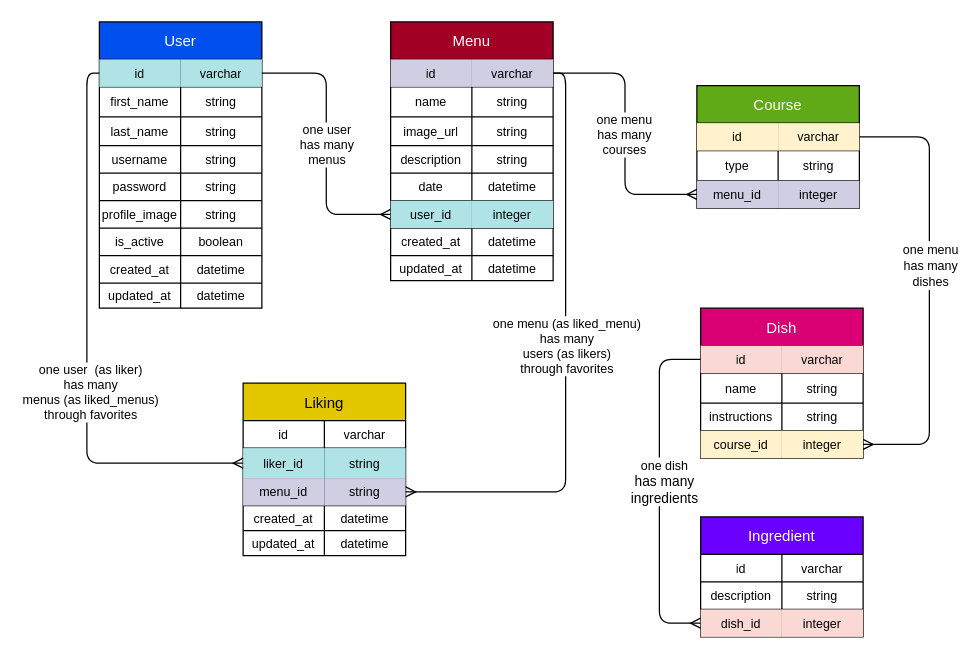
Earlier version of the draw.io diagram associations.drawio (jefftmarks/phase-3-project). Source tidied: cells renumbered, new cells numbered last; positions are measured from the earlier drawing's top-left corner, leaving out a move shared by most shapes. Both pictures are drawn from the tidied source at 125%, with x=0, y=0 at pixel (99, 21).
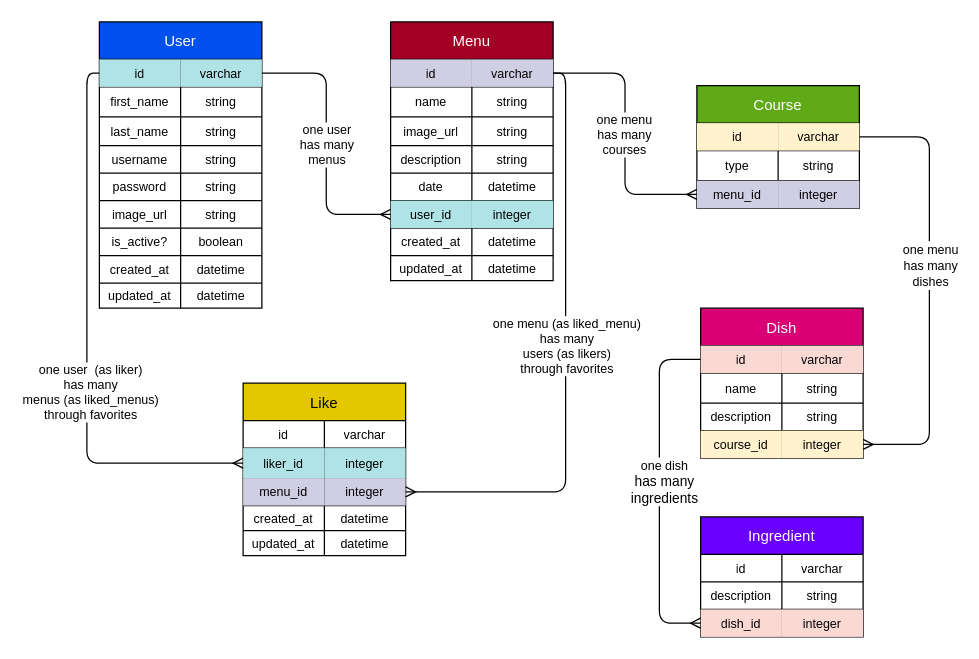
The same page after the edit.

The change refers to these unchanged cells:
```xml
<mxCell id="18" style="shape=partialRectangle;fillColor=none;top=0;left=0;bottom=0;right=0;" parent="2" vertex="1">
  <mxGeometry y="143" width="130" height="22" as="geometry" />
</mxCell>
<mxCell id="21" style="shape=partialRectangle;fillColor=none;top=0;left=0;bottom=0;right=0;" parent="2" vertex="1">
  <mxGeometry y="165" width="130" height="22" as="geometry" />
</mxCell>
<mxCell id="82" style="shape=partialRectangle;fillColor=none;top=0;left=0;bottom=0;right=0;points=[[0,0.5],[1,0.5]];portConstraint=eastwest;" parent="78" vertex="1">
  <mxGeometry y="52" width="130" height="24" as="geometry" />
</mxCell>
<mxCell id="85" style="shape=partialRectangle;fillColor=none;top=0;left=0;bottom=0;right=0;points=[[0,0.5],[1,0.5]];portConstraint=eastwest;" parent="78" vertex="1">
  <mxGeometry y="76" width="130" height="22" as="geometry" />
</mxCell>
<mxCell id="105" style="shape=partialRectangle;fillColor=none;top=0;left=0;bottom=0;right=0;" parent="98" vertex="1">
  <mxGeometry y="76" width="130" height="22" as="geometry" />
</mxCell>
```

What changed in the source:
```diff
@@
-    <mxCell id="19" value="profile_image" style="shape=partialRectangle;html=1;whiteSpace=wrap;overflow=hidden;fillColor=none;top=0;left=0;bottom=0;right=0;fontSize=10;fontColor=#000000;" parent="18" vertex="1">
+    <mxCell id="19" value="image_url" style="shape=partialRectangle;html=1;whiteSpace=wrap;overflow=hidden;fillColor=none;top=0;left=0;bottom=0;right=0;fontSize=10;fontColor=#000000;" parent="18" vertex="1">
       <mxGeometry width="65" height="22" as="geometry" />
     </mxCell>
@@
-    <mxCell id="22" value="is_active" style="shape=partialRectangle;html=1;whiteSpace=wrap;overflow=hidden;fillColor=none;top=0;left=0;bottom=0;right=0;fontSize=10;fontColor=#000000;" parent="21" vertex="1">
+    <mxCell id="22" value="is_active?" style="shape=partialRectangle;html=1;whiteSpace=wrap;overflow=hidden;fillColor=none;top=0;left=0;bottom=0;right=0;fontSize=10;fontColor=#000000;" parent="21" vertex="1">
       <mxGeometry width="65" height="22" as="geometry" />
     </mxCell>
@@
-    <mxCell id="78" value="Liking" style="shape=table;startSize=30;childLayout=tableLayout;strokeWidth=1;strokeColor=#000000;fillColor=#e3c800;fontColor=#000000;" parent="1" vertex="1">
+    <mxCell id="78" value="Like" style="shape=table;startSize=30;childLayout=tableLayout;strokeWidth=1;strokeColor=#000000;fillColor=#e3c800;fontColor=#000000;" parent="1" vertex="1">
       <mxGeometry x="115" y="289" width="130" height="138" as="geometry" />
     </mxCell>
@@
-    <mxCell id="84" value="string" style="shape=partialRectangle;html=1;whiteSpace=wrap;overflow=hidden;fillColor=#b0e3e6;top=0;left=0;bottom=0;right=0;fontSize=10;strokeColor=#000000;fontColor=#000000;" parent="82" vertex="1">
+    <mxCell id="84" value="integer" style="shape=partialRectangle;html=1;whiteSpace=wrap;overflow=hidden;fillColor=#b0e3e6;top=0;left=0;bottom=0;right=0;fontSize=10;strokeColor=#000000;fontColor=#000000;" parent="82" vertex="1">
       <mxGeometry x="65" width="65" height="24" as="geometry" />
     </mxCell>
@@
-    <mxCell id="87" value="string" style="shape=partialRectangle;html=1;whiteSpace=wrap;overflow=hidden;fillColor=#d0cee2;top=0;left=0;bottom=0;right=0;fontSize=10;strokeColor=#56517e;fontColor=#000000;" parent="85" vertex="1">
+    <mxCell id="87" value="integer" style="shape=partialRectangle;html=1;whiteSpace=wrap;overflow=hidden;fillColor=#d0cee2;top=0;left=0;bottom=0;right=0;fontSize=10;strokeColor=#56517e;fontColor=#000000;" parent="85" vertex="1">
       <mxGeometry x="65" width="65" height="22" as="geometry" />
     </mxCell>
@@
-    <mxCell id="106" value="instructions" style="shape=partialRectangle;html=1;whiteSpace=wrap;overflow=hidden;fillColor=none;top=0;left=0;bottom=0;right=0;fontSize=10;fontColor=#000000;" parent="105" vertex="1">
+    <mxCell id="106" value="description" style="shape=partialRectangle;html=1;whiteSpace=wrap;overflow=hidden;fillColor=none;top=0;left=0;bottom=0;right=0;fontSize=10;fontColor=#000000;" parent="105" vertex="1">
       <mxGeometry width="65" height="22" as="geometry" />
     </mxCell>
```
